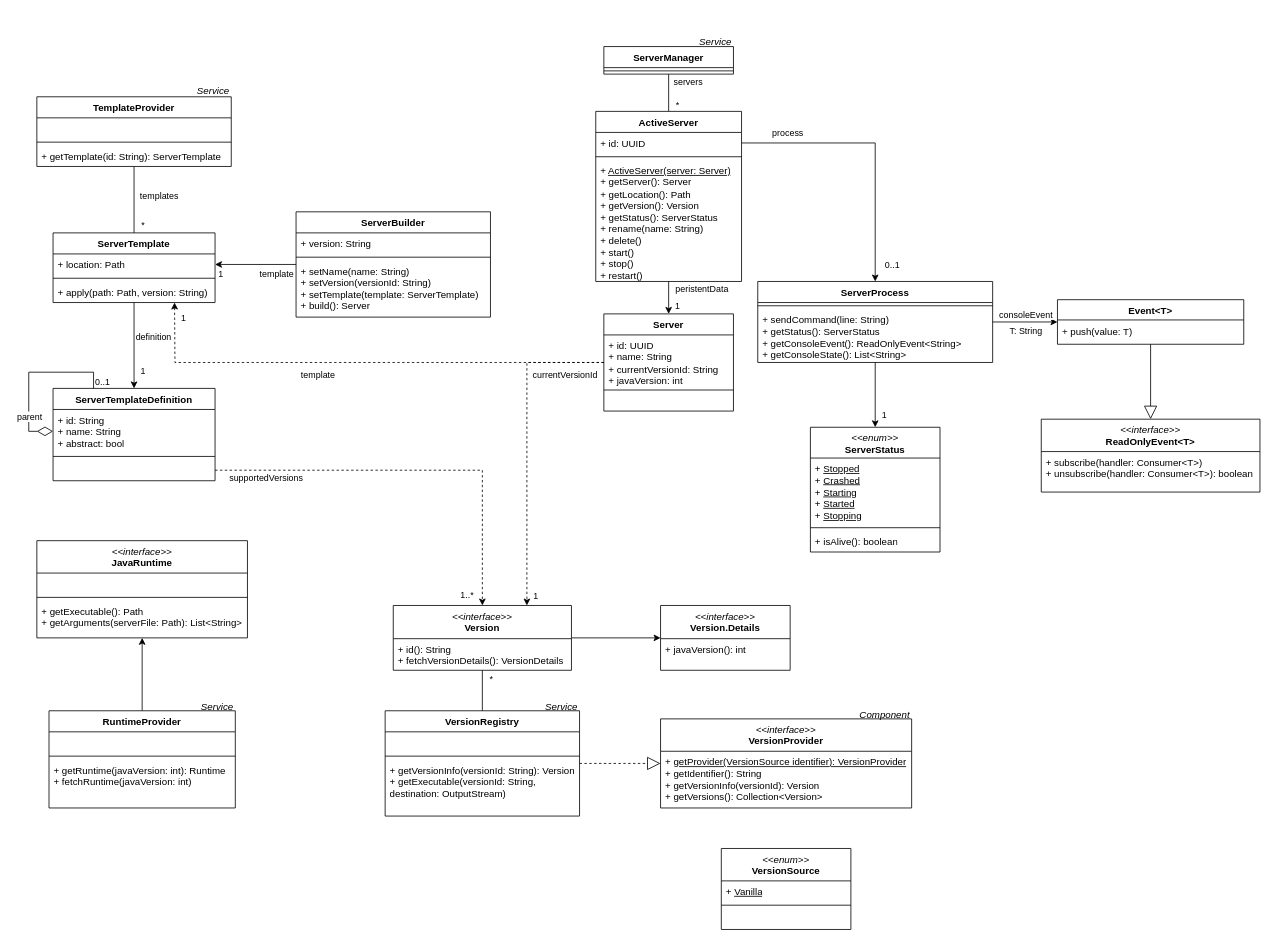
This is Klassendiagramm.drawio from Fisch37/mc-server-manager, a draw.io file, before an edit. Source tidied: cells renumbered, new cells numbered last; positions are measured from the earlier drawing's top-left corner, leaving out a move shared by most shapes. Both pictures are drawn from the tidied source at 81%, with x=0, y=0 at pixel (28, 30).
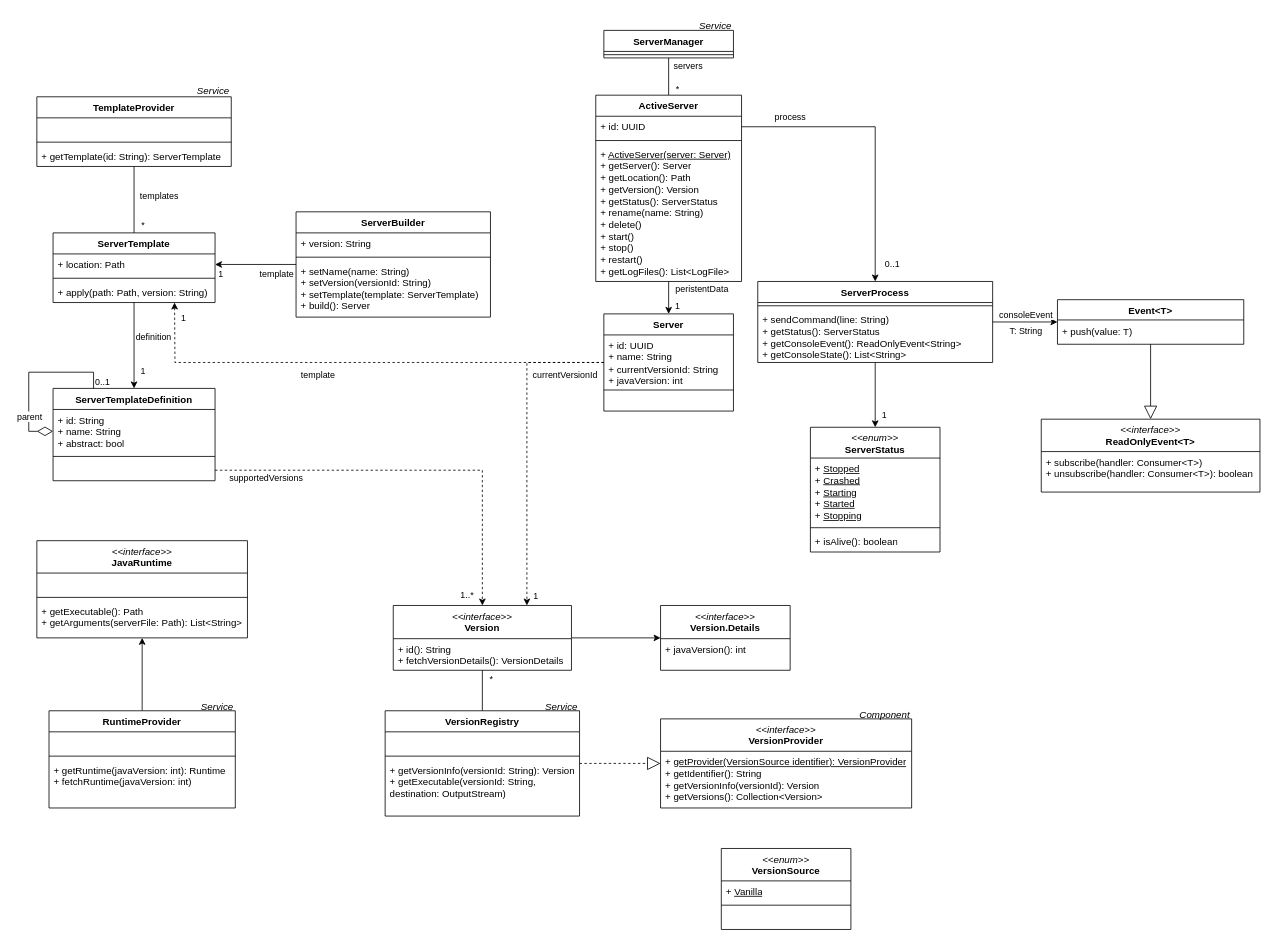
The same page after the edit.

Change to the diagram source:
```diff
@@
     <mxCell id="43" value="ActiveServer" style="swimlane;fontStyle=1;align=center;verticalAlign=top;horizontal=1;startSize=26;whiteSpace=wrap;html=1;" parent="1" vertex="1">
-      <mxGeometry x="700" y="100" width="180" height="210" as="geometry" />
+      <mxGeometry x="700" y="80" width="180" height="230" as="geometry" />
     </mxCell>
@@
-    <mxCell id="46" value="+ &lt;u&gt;ActiveServer(server: Server)&lt;/u&gt;&lt;div&gt;+ getServer(): Server&lt;/div&gt;&lt;div&gt;+ getLocation(): Path&lt;/div&gt;&lt;div&gt;+ getVersion(): Version&lt;/div&gt;&lt;div&gt;+ getStatus(): ServerStatus&lt;br&gt;&lt;div&gt;+ rename(name: String)&lt;/div&gt;&lt;div&gt;+ delete()&lt;br&gt;&lt;div&gt;+ start()&lt;/div&gt;&lt;div&gt;+ stop()&lt;/div&gt;&lt;div&gt;+ restart()&lt;/div&gt;&lt;/div&gt;&lt;/div&gt;" style="text;strokeColor=none;fillColor=none;align=left;verticalAlign=top;spacingLeft=4;spacingRight=4;overflow=hidden;whiteSpace=wrap;html=1;" parent="43" vertex="1">
-      <mxGeometry y="60" width="180" height="150" as="geometry" />
+    <mxCell id="46" value="+ &lt;u&gt;ActiveServer(server: Server)&lt;/u&gt;&lt;div&gt;+ getServer(): Server&lt;/div&gt;&lt;div&gt;+ getLocation(): Path&lt;/div&gt;&lt;div&gt;+ getVersion(): Version&lt;/div&gt;&lt;div&gt;+ getStatus(): ServerStatus&lt;br&gt;&lt;div&gt;+ rename(name: String)&lt;/div&gt;&lt;div&gt;+ delete()&lt;br&gt;&lt;div&gt;+ start()&lt;/div&gt;&lt;div&gt;+ stop()&lt;/div&gt;&lt;div&gt;+ restart()&lt;/div&gt;&lt;/div&gt;&lt;/div&gt;&lt;div&gt;+ getLogFiles(): List&amp;lt;LogFile&amp;gt;&lt;/div&gt;" style="text;strokeColor=none;fillColor=none;align=left;verticalAlign=top;spacingLeft=4;spacingRight=4;overflow=hidden;whiteSpace=wrap;html=1;" parent="43" vertex="1">
+      <mxGeometry y="60" width="180" height="170" as="geometry" />
     </mxCell>
@@
     <mxCell id="50" style="group;" parent="1" vertex="1">
-      <mxGeometry x="710" width="160" height="54" as="geometry" />
+      <mxGeometry x="710" y="-20" width="160" height="54" as="geometry" />
     </mxCell>
```
